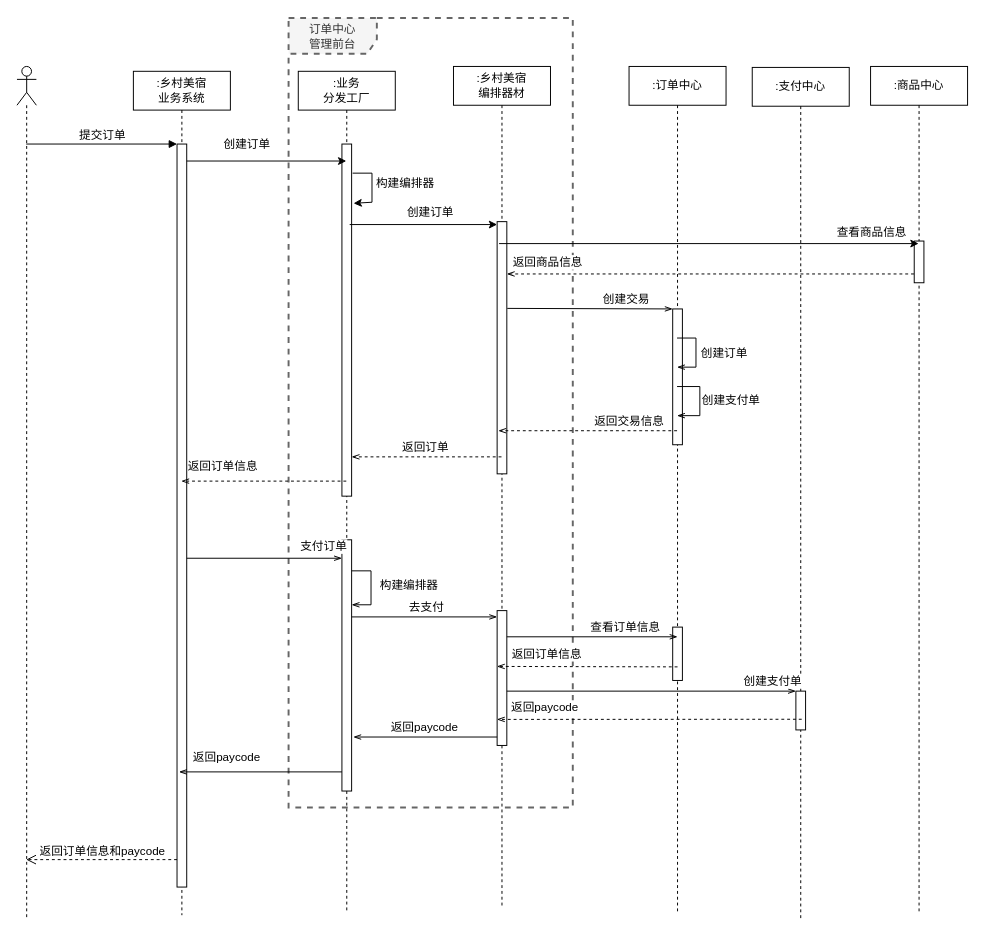
Before: 订单.drawio in NonePro/UML, a draw.io diagram. Source tidied: cells renumbered, new cells numbered last; positions are measured from the earlier drawing's top-left corner, leaving out a move shared by most shapes. Both pictures are drawn from the tidied source at 97%, with x=0, y=0 at pixel (16, 17).
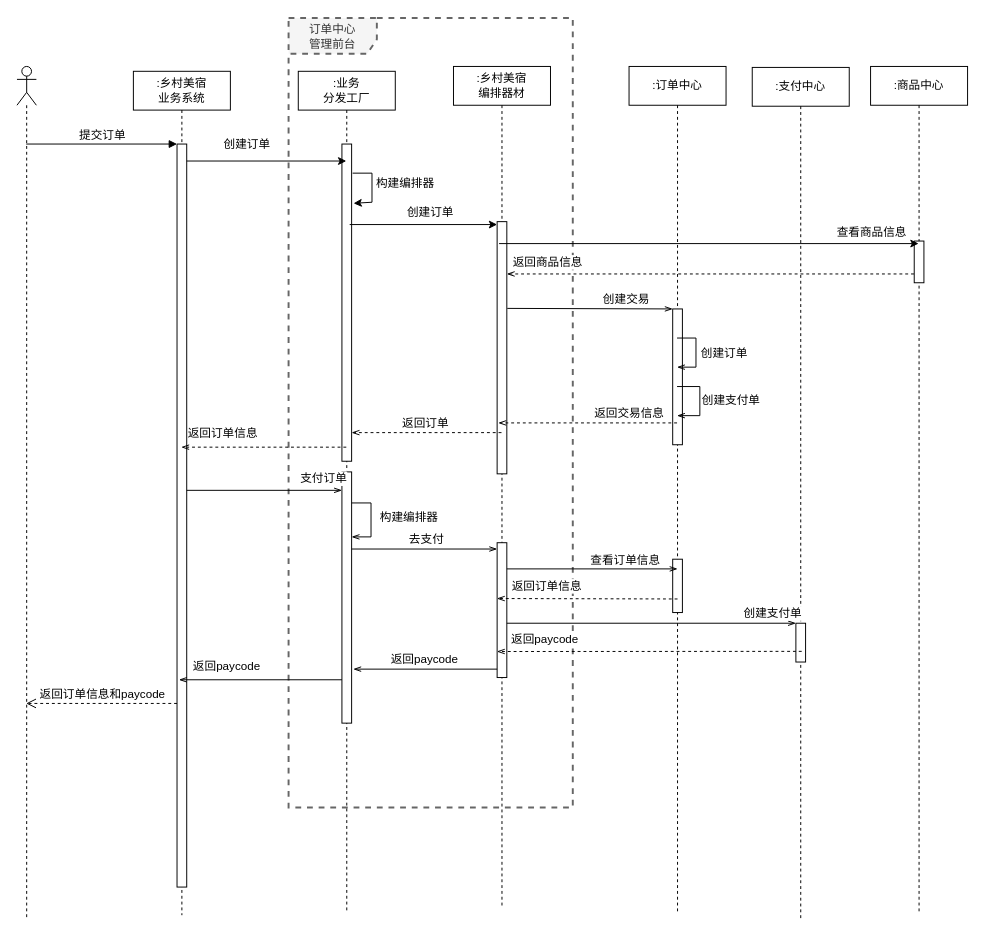
The same diagram, later.

The change refers to these unchanged cells:
```xml
<mxCell id="5" style="html=1;points=[];perimeter=orthogonalPerimeter;labelBackgroundColor=none;fontSize=12;" parent="4" vertex="1">
  <mxGeometry x="45" y="75" width="10" height="766" as="geometry" />
</mxCell>
<mxCell id="8" value=":业务&lt;br&gt;分发工厂" style="shape=umlLifeline;perimeter=lifelinePerimeter;whiteSpace=wrap;html=1;outlineConnect=0;labelBackgroundColor=none;fontSize=12;" parent="1" vertex="1">
  <mxGeometry x="290" y="55" width="100" height="865" as="geometry" />
</mxCell>
<mxCell id="16" value=":乡村美宿&lt;br&gt;编排器材" style="shape=umlLifeline;perimeter=lifelinePerimeter;whiteSpace=wrap;html=1;labelBackgroundColor=none;fontSize=12;" parent="1" vertex="1">
  <mxGeometry x="450" y="50" width="100" height="865" as="geometry" />
</mxCell>
<mxCell id="17" style="html=1;points=[];perimeter=orthogonalPerimeter;labelBackgroundColor=none;fontSize=12;" parent="16" vertex="1">
  <mxGeometry x="45" y="160" width="10" height="260" as="geometry" />
</mxCell>
<mxCell id="27" value=":订单中心" style="shape=umlLifeline;perimeter=lifelinePerimeter;whiteSpace=wrap;html=1;outlineConnect=0;labelBackgroundColor=none;fontSize=12;" parent="1" vertex="1">
  <mxGeometry x="631" y="50" width="100" height="873" as="geometry" />
</mxCell>
<mxCell id="49" value=":支付中心" style="shape=umlLifeline;perimeter=lifelinePerimeter;whiteSpace=wrap;html=1;labelBackgroundColor=none;fontSize=12;" parent="1" vertex="1">
  <mxGeometry x="758" y="51" width="100" height="879" as="geometry" />
</mxCell>
```

Change to the diagram source:
```diff
@@
     <mxCell id="7" value="返回订单信息和paycode" style="html=1;verticalAlign=bottom;endArrow=open;dashed=1;endSize=8;exitX=0;exitY=0.95;strokeColor=#000000;strokeWidth=1;fontSize=12;" parent="1" edge="1">
       <mxGeometry x="-0.01" relative="1" as="geometry">
-        <mxPoint x="165" y="867.7" as="sourcePoint" />
-        <mxPoint x="9.5" y="867.7" as="targetPoint" />
+        <mxPoint x="165" y="706.7" as="sourcePoint" />
+        <mxPoint x="9.5" y="706.7" as="targetPoint" />
       </mxGeometry>
     </mxCell>
@@
     <mxCell id="9" style="html=1;perimeter=orthogonalPerimeter;labelBackgroundColor=none;fontSize=12;" parent="8" vertex="1">
-      <mxGeometry x="45" y="75" width="10" height="363" as="geometry" />
+      <mxGeometry x="45" y="75" width="10" height="327" as="geometry" />
     </mxCell>
@@
     <mxCell id="11" style="html=1;points=[];perimeter=orthogonalPerimeter;labelBackgroundColor=none;fontSize=12;" parent="8" vertex="1">
-      <mxGeometry x="45" y="483" width="10" height="259" as="geometry" />
+      <mxGeometry x="45" y="413" width="10" height="259" as="geometry" />
     </mxCell>
     <mxCell id="12" style="edgeStyle=none;rounded=0;orthogonalLoop=1;jettySize=auto;html=1;endArrow=openThin;endFill=0;strokeColor=#000000;strokeWidth=1;fontSize=12;" parent="8" edge="1">
       <mxGeometry relative="1" as="geometry">
-        <mxPoint x="55" y="515" as="sourcePoint" />
-        <mxPoint x="55" y="550" as="targetPoint" />
+        <mxPoint x="55" y="445" as="sourcePoint" />
+        <mxPoint x="55" y="480" as="targetPoint" />
         <Array as="points">
-          <mxPoint x="75" y="515" />
-          <mxPoint x="75" y="550" />
+          <mxPoint x="75" y="445" />
+          <mxPoint x="75" y="480" />
         </Array>
       </mxGeometry>
     </mxCell>
@@
     <mxCell id="18" style="html=1;points=[];perimeter=orthogonalPerimeter;labelBackgroundColor=none;fontSize=12;" parent="16" vertex="1">
-      <mxGeometry x="45" y="561" width="10" height="139" as="geometry" />
+      <mxGeometry x="45" y="491" width="10" height="139" as="geometry" />
     </mxCell>
@@
     <mxCell id="29" style="html=1;perimeter=orthogonalPerimeter;labelBackgroundColor=none;fontSize=12;" parent="27" vertex="1">
-      <mxGeometry x="45" y="578" width="10" height="55" as="geometry" />
+      <mxGeometry x="45" y="508" width="10" height="55" as="geometry" />
     </mxCell>
@@
-    <mxCell id="36" style="edgeStyle=none;rounded=0;jettySize=auto;html=1;endArrow=openThin;endFill=0;strokeColor=#000000;strokeWidth=1;fontSize=12;dashed=1;entryX=0.122;entryY=0.829;entryDx=0;entryDy=0;entryPerimeter=0;" parent="1" edge="1" source="27" target="17">
-      <mxGeometry relative="1" as="geometry" />
+    <mxCell id="36" style="edgeStyle=none;rounded=0;orthogonalLoop=1;jettySize=auto;html=1;endArrow=openThin;endFill=0;strokeColor=#000000;strokeWidth=1;fontSize=12;dashed=1;entryX=0.122;entryY=0.829;entryDx=0;entryDy=0;entryPerimeter=0;" parent="1" edge="1">
+      <mxGeometry relative="1" as="geometry">
+        <mxPoint x="680.5" y="417.5" as="sourcePoint" />
+        <mxPoint x="496.2" y="417.5" as="targetPoint" />
+      </mxGeometry>
     </mxCell>
@@
     <mxCell id="38" style="edgeStyle=none;rounded=0;orthogonalLoop=1;jettySize=auto;html=1;dashed=1;endArrow=openThin;endFill=0;strokeColor=#000000;strokeWidth=1;fontSize=12;" parent="1" edge="1">
       <mxGeometry relative="1" as="geometry">
-        <mxPoint x="499.5" y="452.5" as="sourcePoint" />
-        <mxPoint x="345" y="452.5" as="targetPoint" />
+        <mxPoint x="499.5" y="427.5" as="sourcePoint" />
+        <mxPoint x="345" y="427.5" as="targetPoint" />
       </mxGeometry>
     </mxCell>
@@
-    <mxCell id="40" style="edgeStyle=none;rounded=0;jettySize=auto;html=1;dashed=1;endArrow=openThin;endFill=0;strokeColor=#000000;strokeWidth=1;fontSize=12;" parent="1" edge="1" source="8">
+    <mxCell id="40" style="edgeStyle=none;rounded=0;orthogonalLoop=1;jettySize=auto;html=1;dashed=1;endArrow=openThin;endFill=0;strokeColor=#000000;strokeWidth=1;fontSize=12;" parent="1" edge="1">
       <mxGeometry relative="1" as="geometry">
-        <mxPoint x="169.4" y="477.5" as="targetPoint" />
+        <mxPoint x="339.5" y="442.5" as="sourcePoint" />
+        <mxPoint x="169.4" y="442.5" as="targetPoint" />
       </mxGeometry>
     </mxCell>
@@
     <mxCell id="42" style="edgeStyle=none;rounded=0;jettySize=auto;html=1;endArrow=openThin;endFill=0;strokeColor=#000000;strokeWidth=1;fontSize=12;" parent="1" edge="1" target="11">
       <mxGeometry relative="1" as="geometry">
-        <mxPoint x="175" y="557" as="sourcePoint" />
+        <mxPoint x="175" y="487" as="sourcePoint" />
       </mxGeometry>
     </mxCell>
@@
     <mxCell id="44" value="去支付" style="edgeStyle=none;rounded=0;orthogonalLoop=1;jettySize=auto;html=1;endArrow=openThin;endFill=0;strokeColor=#000000;strokeWidth=1;fontSize=12;" parent="1" edge="1">
       <mxGeometry x="0.03" y="10" relative="1" as="geometry">
-        <mxPoint x="345" y="617.5" as="sourcePoint" />
-        <mxPoint x="495" y="617.5" as="targetPoint" />
+        <mxPoint x="345" y="547.5" as="sourcePoint" />
+        <mxPoint x="495" y="547.5" as="targetPoint" />
       </mxGeometry>
     </mxCell>
     <mxCell id="45" style="edgeStyle=none;rounded=0;jettySize=auto;html=1;endArrow=openThin;endFill=0;strokeColor=#000000;strokeWidth=1;fontSize=12;" parent="1" edge="1" source="18">
       <mxGeometry relative="1" as="geometry">
-        <mxPoint x="681" y="638" as="targetPoint" />
+        <mxPoint x="681" y="568" as="targetPoint" />
       </mxGeometry>
     </mxCell>
@@
     <mxCell id="47" style="edgeStyle=none;rounded=0;jettySize=auto;html=1;endArrow=openThin;endFill=0;strokeColor=#000000;strokeWidth=1;fontSize=12;dashed=1;entryX=-0.02;entryY=0.414;entryDx=0;entryDy=0;entryPerimeter=0;" parent="1" edge="1" target="18">
       <mxGeometry relative="1" as="geometry">
-        <mxPoint x="681" y="669" as="sourcePoint" />
+        <mxPoint x="681" y="599" as="sourcePoint" />
       </mxGeometry>
     </mxCell>
@@
     <mxCell id="50" style="html=1;points=[];perimeter=orthogonalPerimeter;labelBackgroundColor=none;fontSize=12;" parent="49" vertex="1">
-      <mxGeometry x="45" y="643" width="10" height="40" as="geometry" />
+      <mxGeometry x="45" y="573" width="10" height="40" as="geometry" />
     </mxCell>
@@
     <mxCell id="53" style="edgeStyle=none;rounded=0;jettySize=auto;html=1;dashed=1;endArrow=openThin;endFill=0;strokeColor=#000000;strokeWidth=1;fontSize=12;entryX=-0.02;entryY=0.807;entryDx=0;entryDy=0;entryPerimeter=0;" parent="1" edge="1" target="18">
       <mxGeometry relative="1" as="geometry">
-        <mxPoint x="809" y="723" as="sourcePoint" />
+        <mxPoint x="809" y="653" as="sourcePoint" />
       </mxGeometry>
     </mxCell>
@@
-    <mxCell id="56" style="edgeStyle=none;rounded=0;jettySize=auto;html=1;entryX=0.201;entryY=0.845;entryDx=0;entryDy=0;entryPerimeter=0;endArrow=openThin;endFill=0;strokeColor=#000000;strokeWidth=1;fontSize=12;" parent="1" edge="1" source="11" target="5">
-      <mxGeometry relative="1" as="geometry" />
+    <mxCell id="56" style="edgeStyle=none;rounded=0;orthogonalLoop=1;jettySize=auto;html=1;entryX=0.201;entryY=0.845;entryDx=0;entryDy=0;entryPerimeter=0;endArrow=openThin;endFill=0;strokeColor=#000000;strokeWidth=1;fontSize=12;" parent="1" edge="1">
+      <mxGeometry relative="1" as="geometry">
+        <mxPoint x="335" y="682.3" as="sourcePoint" />
+        <mxPoint x="167" y="682.3" as="targetPoint" />
+      </mxGeometry>
     </mxCell>
```
